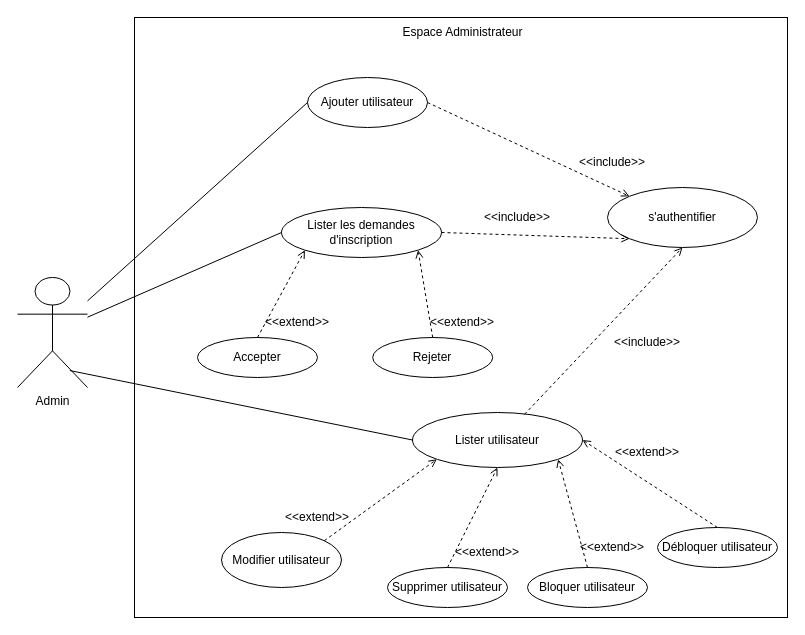
The draw.io diagram Diagramme sans nom.drawio in Tussa-D/diagramme_mrm, before the edit. Source tidied: cells renumbered, new cells numbered last; positions are measured from the earlier drawing's top-left corner, leaving out a move shared by most shapes. Both pictures are drawn from the tidied source at 100%, with x=0, y=0 at pixel (17, 17).
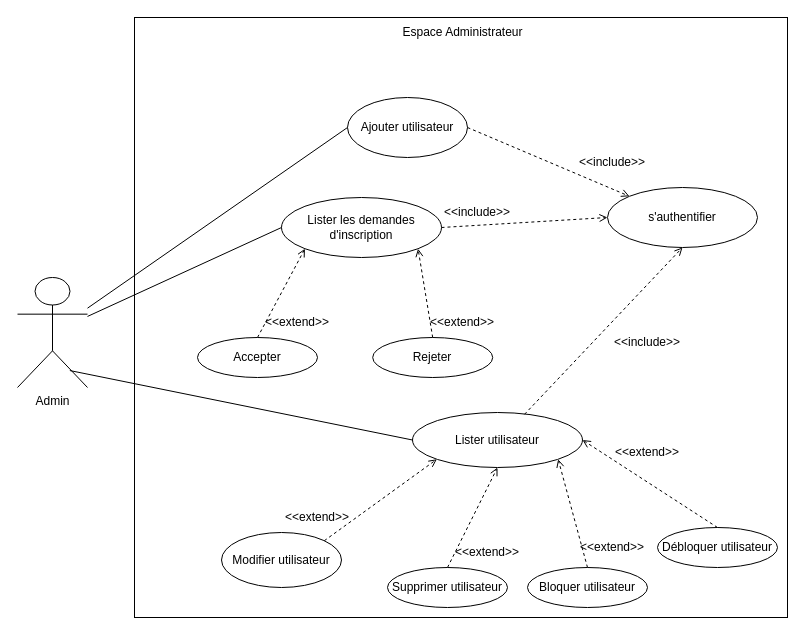
The same diagram, later.

Commit message (it also covers changes not shown here):
Mettre à jour Diagramme sans nom.drawio

The change refers to these unchanged cells:
```xml
<mxCell id="3" value="s'authentifier" style="ellipse;whiteSpace=wrap;html=1;" parent="1" vertex="1">
  <mxGeometry x="590" y="170" width="150" height="60" as="geometry" />
</mxCell>
```

Change to the diagram source:
```diff
@@
     <mxCell id="4" value="Ajouter utilisateur" style="ellipse;whiteSpace=wrap;html=1;" parent="1" vertex="1">
-      <mxGeometry x="290" y="60" width="120" height="50" as="geometry" />
+      <mxGeometry x="330" y="80" width="120" height="60" as="geometry" />
     </mxCell>
     <mxCell id="5" value="Lister les demandes d'inscription" style="ellipse;whiteSpace=wrap;html=1;" parent="1" vertex="1">
-      <mxGeometry x="264" y="190" width="160" height="50" as="geometry" />
+      <mxGeometry x="264" y="180" width="160" height="60" as="geometry" />
     </mxCell>
@@
-    <mxCell id="22" style="endArrow=open;html=1;rounded=0;endFill=0;entryX=0;entryY=1;entryDx=0;entryDy=0;dashed=1;exitX=1;exitY=0.5;exitDx=0;exitDy=0;" parent="1" edge="1" source="5" target="3">
+    <mxCell id="22" style="endArrow=open;html=1;rounded=0;endFill=0;entryX=0;entryY=0.5;entryDx=0;entryDy=0;dashed=1;exitX=1;exitY=0.5;exitDx=0;exitDy=0;" parent="1" edge="1" source="5" target="3">
       <mxGeometry relative="1" as="geometry" />
     </mxCell>
     <mxCell id="23" value="&amp;lt;&amp;lt;include&amp;gt;&amp;gt;" style="text;html=1;align=center;verticalAlign=middle;whiteSpace=wrap;rounded=0;" parent="1" vertex="1">
-      <mxGeometry x="470" y="185" width="60" height="30" as="geometry" />
+      <mxGeometry x="430" y="180" width="60" height="30" as="geometry" />
     </mxCell>
```
